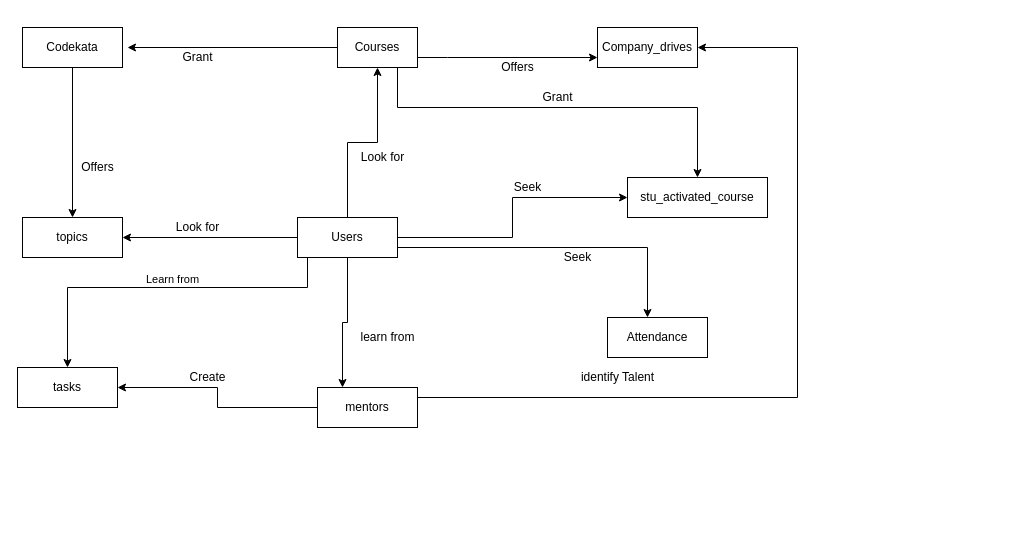
Above: JavaScript Functions — Warmup Pbms/Untitled Diagram.drawio in SwathiRavi28/GUVI_prebootcamp (draw.io), before the change. Source tidied: cells renumbered, new cells numbered last; positions are measured from the earlier drawing's top-left corner, leaving out a move shared by most shapes. Both pictures are drawn from the tidied source at 100%, with x=0, y=0 at pixel (17, 27).
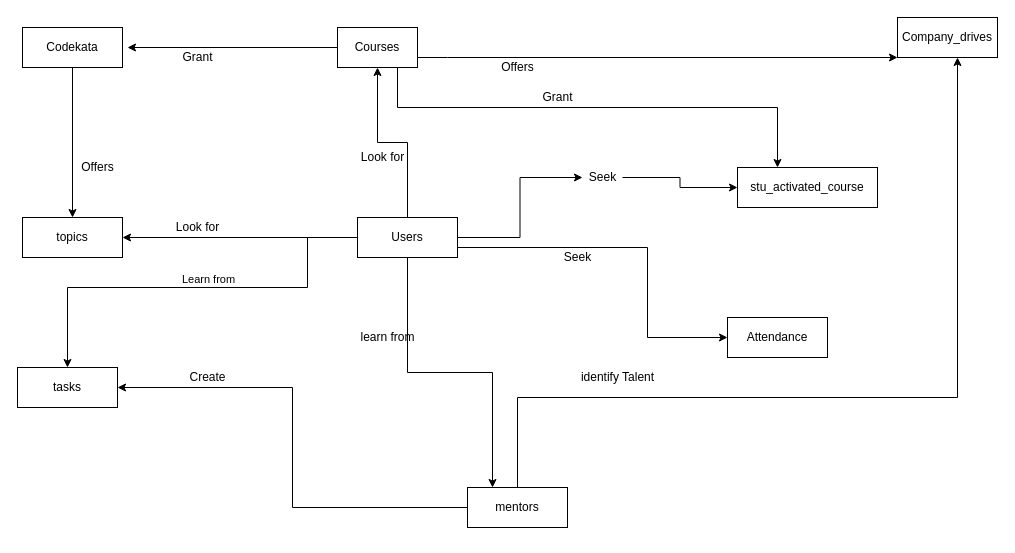
The same page after the edit.

Unchanged cells that the change refers to:
```xml
<mxCell id="21" value="Courses" style="whiteSpace=wrap;html=1;align=center;" parent="1" vertex="1">
  <mxGeometry x="320" width="80" height="40" as="geometry" />
</mxCell>
```

What changed in the source:
```diff
@@
-    <mxCell id="4" style="edgeStyle=orthogonalEdgeStyle;rounded=0;jettySize=auto;html=1;entryX=0;entryY=0.5;entryDx=0;entryDy=0;" parent="1" edge="1" source="9" target="13">
+    <mxCell id="4" style="edgeStyle=orthogonalEdgeStyle;rounded=0;jettySize=auto;html=1;entryX=0;entryY=0.5;entryDx=0;entryDy=0;" parent="1" edge="1" source="34" target="13">
       <mxGeometry relative="1" as="geometry" />
     </mxCell>
@@
     <mxCell id="9" value="Users" style="whiteSpace=wrap;html=1;align=center;" parent="1" vertex="1">
-      <mxGeometry x="280" y="190" width="100" height="40" as="geometry" />
+      <mxGeometry x="340" y="190" width="100" height="40" as="geometry" />
     </mxCell>
@@
     <mxCell id="12" value="Attendance" style="whiteSpace=wrap;html=1;align=center;" parent="1" vertex="1">
-      <mxGeometry x="590" y="290" width="100" height="40" as="geometry" />
+      <mxGeometry x="710" y="290" width="100" height="40" as="geometry" />
     </mxCell>
     <mxCell id="13" value="stu_activated_course" style="whiteSpace=wrap;html=1;align=center;" parent="1" vertex="1">
-      <mxGeometry x="610" y="150" width="140" height="40" as="geometry" />
+      <mxGeometry x="720" y="140" width="140" height="40" as="geometry" />
     </mxCell>
@@
     <mxCell id="16" style="edgeStyle=orthogonalEdgeStyle;rounded=0;jettySize=auto;html=1;" parent="1" edge="1" source="17" target="30">
       <mxGeometry relative="1" as="geometry">
         <Array as="points">
-          <mxPoint x="780" y="370" />
-          <mxPoint x="780" y="20" />
+          <mxPoint x="500" y="370" />
+          <mxPoint x="940" y="370" />
         </Array>
       </mxGeometry>
     </mxCell>
     <mxCell id="17" value="mentors" style="whiteSpace=wrap;html=1;align=center;" parent="1" vertex="1">
-      <mxGeometry x="300" y="360" width="100" height="40" as="geometry" />
+      <mxGeometry x="450" y="460" width="100" height="40" as="geometry" />
     </mxCell>
@@
     <mxCell id="20" style="edgeStyle=orthogonalEdgeStyle;rounded=0;jettySize=auto;html=1;" parent="1" edge="1" source="21" target="13">
       <mxGeometry relative="1" as="geometry">
         <Array as="points">
           <mxPoint x="380" y="80" />
-          <mxPoint x="680" y="80" />
+          <mxPoint x="760" y="80" />
         </Array>
       </mxGeometry>
     </mxCell>
@@
     <mxCell id="30" value="Company_drives" style="whiteSpace=wrap;html=1;align=center;" parent="1" vertex="1">
-      <mxGeometry x="580" width="100" height="40" as="geometry" />
+      <mxGeometry x="880" y="-10" width="100" height="40" as="geometry" />
     </mxCell>
@@
-    <mxCell id="34" value="Seek" style="text;html=1;align=center;verticalAlign=middle;points=[];" parent="1" vertex="1">
-      <mxGeometry x="490" y="150" width="40" height="20" as="geometry" />
-    </mxCell>
@@
+    <mxCell id="34" value="Seek" style="text;html=1;align=center;verticalAlign=middle;points=[];" parent="1" vertex="1">
+      <mxGeometry x="565" y="140" width="40" height="20" as="geometry" />
+    </mxCell>
+    <mxCell id="37" style="edgeStyle=orthogonalEdgeStyle;rounded=0;jettySize=auto;html=1;entryX=0;entryY=0.5;entryDx=0;entryDy=0;" parent="1" edge="1" source="9" target="34">
+      <mxGeometry relative="1" as="geometry" />
+    </mxCell>
```
